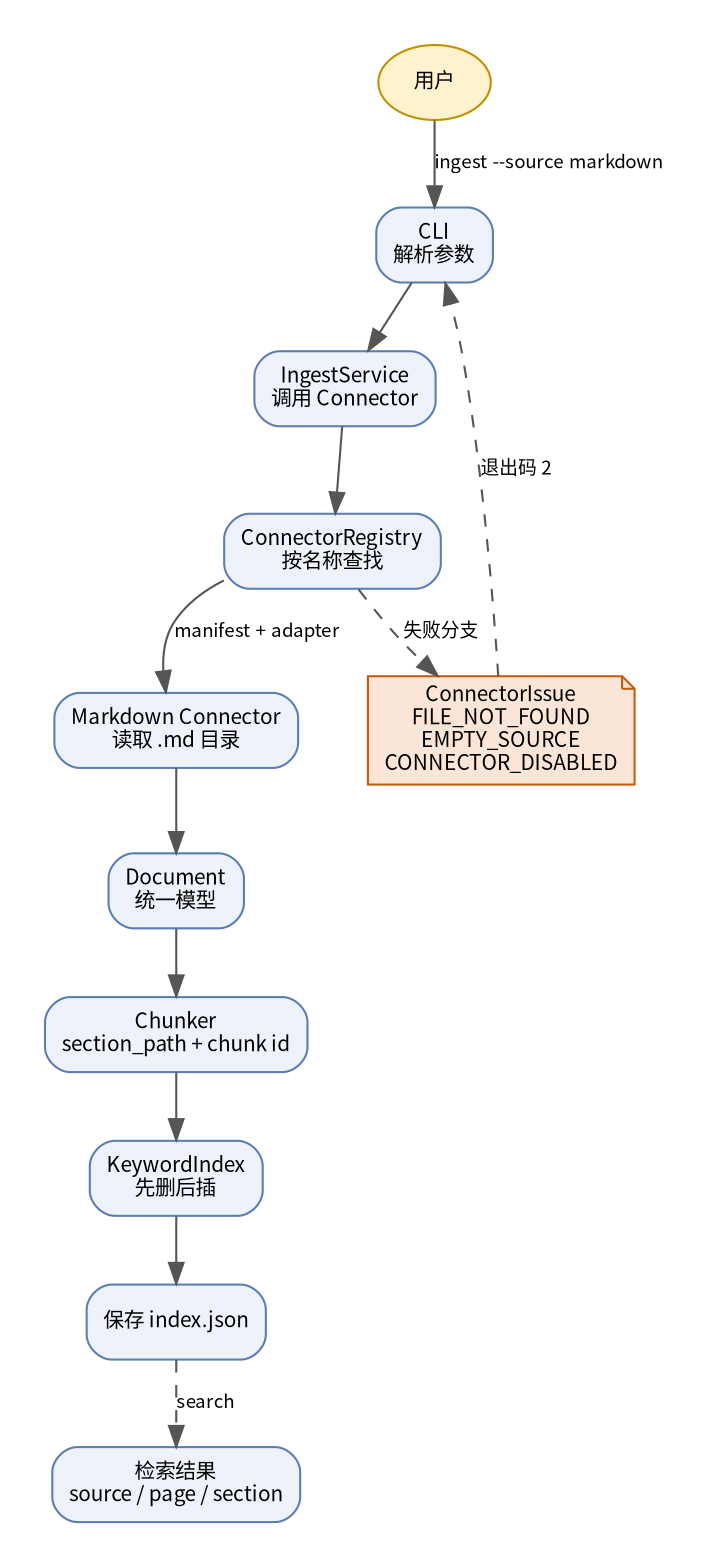
H-wonder/RAG_multidocs keeps this Graphviz diagram as project/docs/diagrams/flow.png. Above is the earlier version. Its source is kept beside it as project/docs/diagrams/flow.dot. The source it was exported from:
```dot
digraph flow {
  rankdir=TB;
  graph [fontname="Noto Sans CJK SC", fontsize=11, pad=0.3, nodesep=0.35, ranksep=0.45];
  node [shape=box, style="rounded,filled", fontname="Noto Sans CJK SC", fontsize=10,
        fillcolor="#eef3fb", color="#5b7db1"];
  edge [fontname="Noto Sans CJK SC", fontsize=9, color="#555555"];

  u [label="用户", shape=oval, fillcolor="#fff2cc", color="#bf9000"];
  cli [label="CLI\n解析参数"];
  svc [label="IngestService\n调用 Connector"];
  reg [label="ConnectorRegistry\n按名称查找"];
  conn [label="Markdown Connector\n读取 .md 目录"];
  doc [label="Document\n统一模型"];
  ch [label="Chunker\nsection_path + chunk id"];
  ix [label="KeywordIndex\n先删后插"];
  save [label="保存 index.json"];
  out [label="检索结果\nsource / page / section"];

  u -> cli [label="ingest --source markdown"];
  cli -> svc;
  svc -> reg;
  reg -> conn [label="manifest + adapter"];
  conn -> doc;
  doc -> ch;
  ch -> ix;
  ix -> save;
  save -> out [style=dashed, label="search"];

  err [label="ConnectorIssue\nFILE_NOT_FOUND\nEMPTY_SOURCE\nCONNECTOR_DISABLED", shape=note,
       fillcolor="#fbe5d6", color="#c55a11"];
  reg -> err [style=dashed, label="失败分支"];
  err -> cli [style=dashed, label="退出码 2"];
}
```
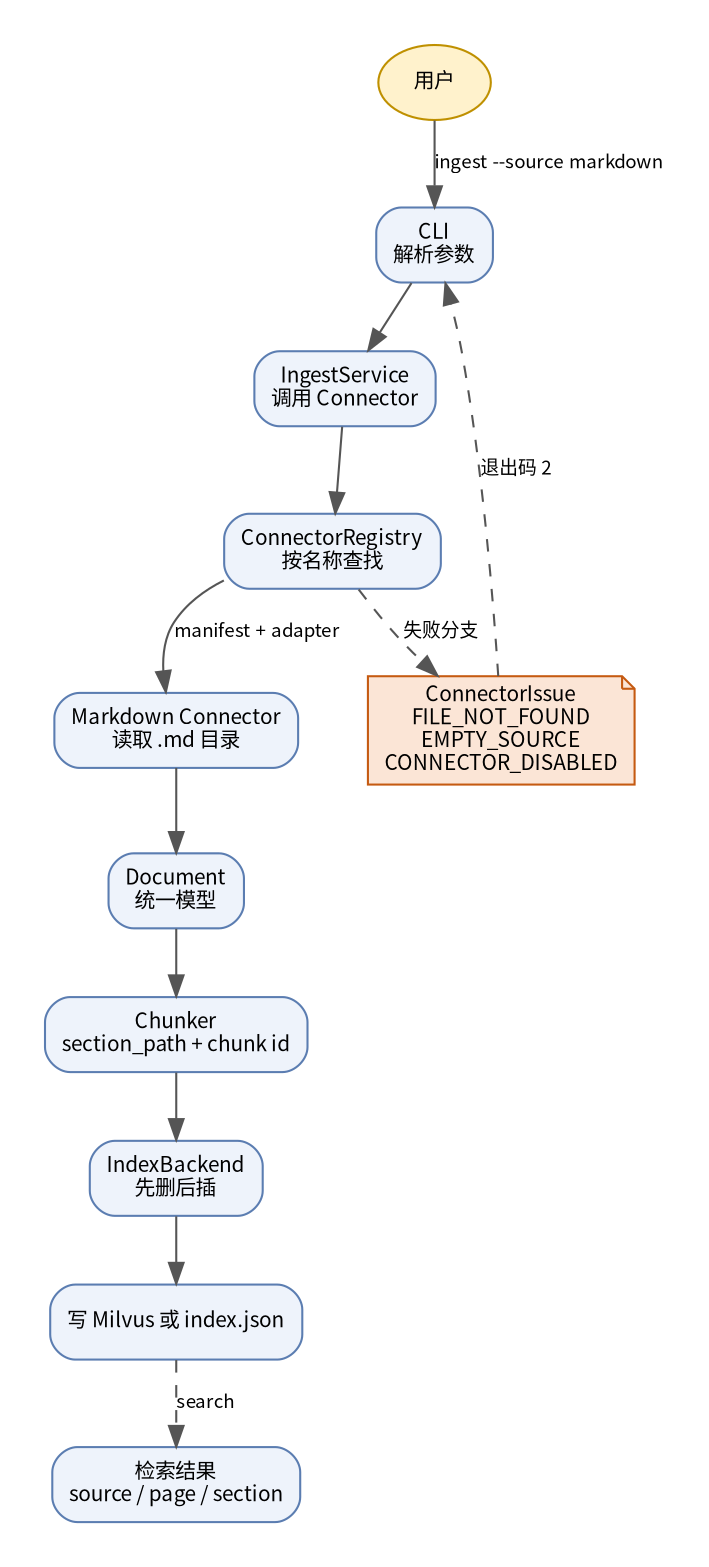
After the commit.

Diff of the diagram source:
```diff
@@ -12,8 +12,8 @@
   conn [label="Markdown Connector\n读取 .md 目录"];
   doc [label="Document\n统一模型"];
   ch [label="Chunker\nsection_path + chunk id"];
-  ix [label="KeywordIndex\n先删后插"];
-  save [label="保存 index.json"];
+  ix [label="IndexBackend\n先删后插"];
+  save [label="写 Milvus 或 index.json"];
   out [label="检索结果\nsource / page / section"];
 
   u -> cli [label="ingest --source markdown"];
```
